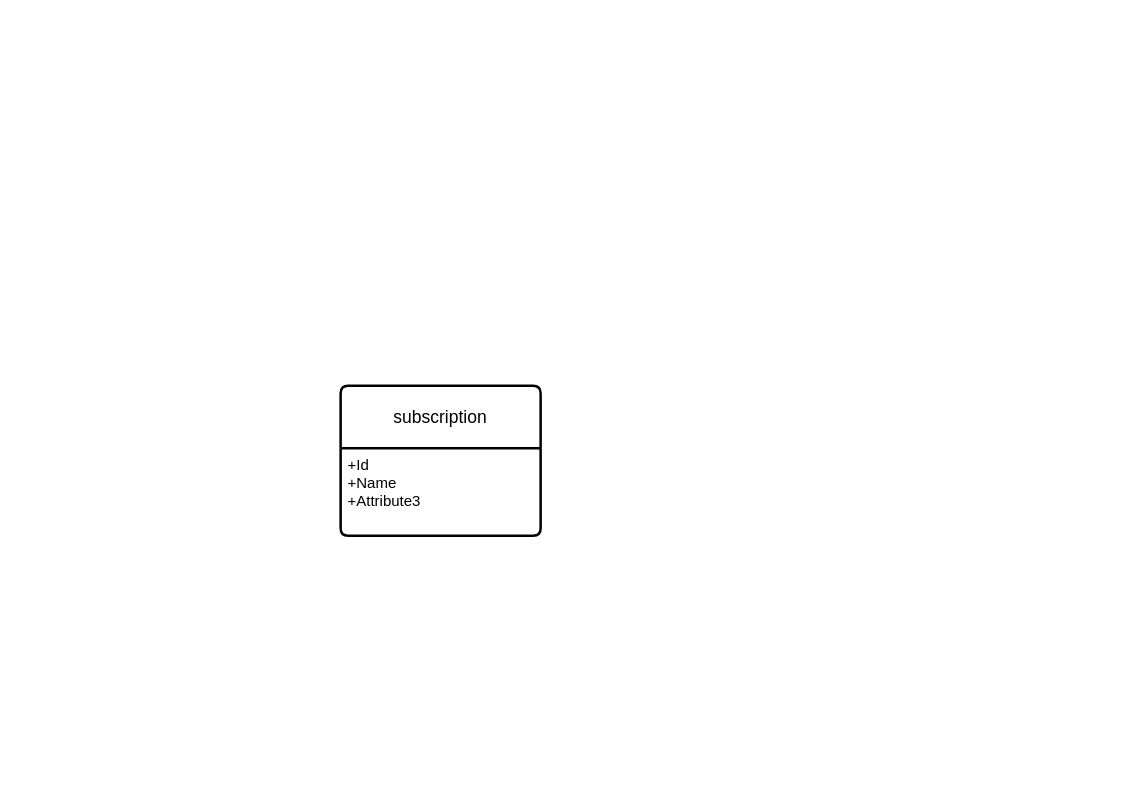
Above: O2NextGen.drawio in LiveDevTeam/O2NextGen (draw.io), before the change. Source tidied: cells renumbered, new cells numbered last; positions are measured from the earlier drawing's top-left corner, leaving out a move shared by most shapes. Both pictures are drawn from the tidied source at 125%, with x=0, y=0 at pixel (340, 385).
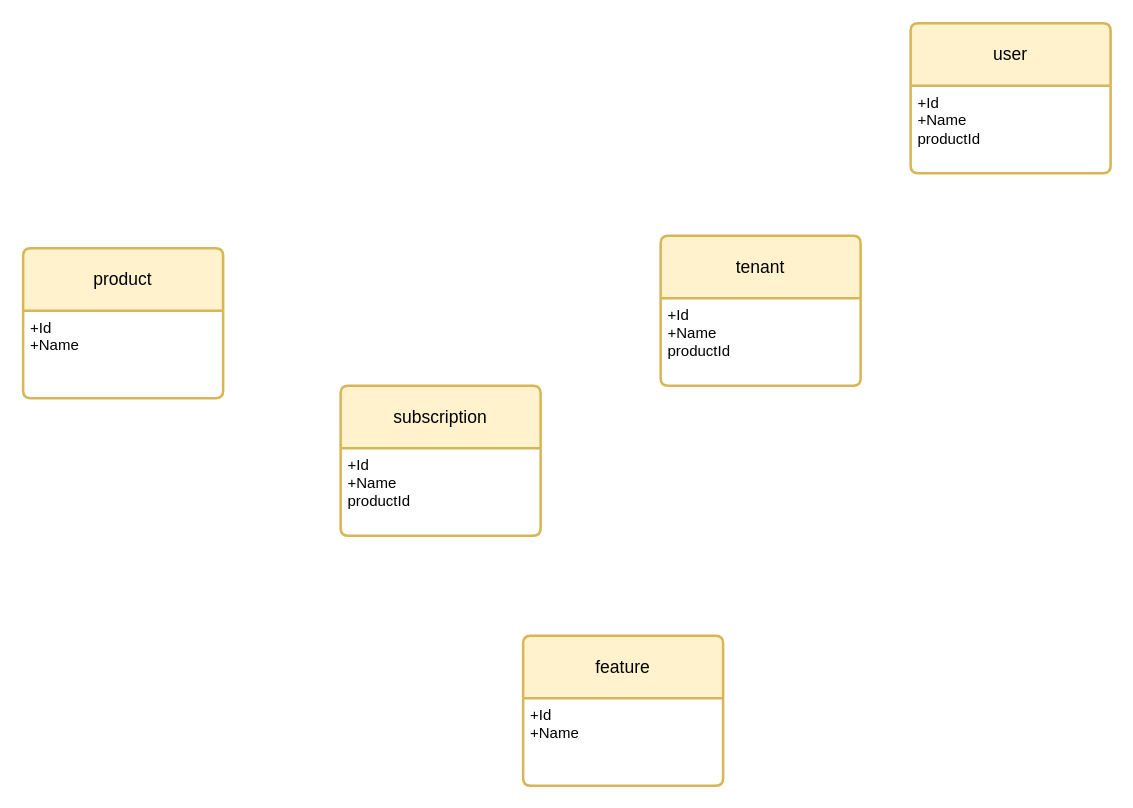
Above is the later version.

The edit, as a diff of the source:
```diff
@@
 <mxGraphModel>
   <root>
     <mxCell id="0" />
     <mxCell id="1" parent="0" />
-    <mxCell id="2" value="subscription" style="swimlane;horizontal=1;startSize=50;rounded=1;fontSize=14;fontStyle=0;strokeWidth=2;shadow=0;dashed=0;align=center;arcSize=4;whiteSpace=wrap;html=1;" parent="1" vertex="1">
+    <mxCell id="2" value="subscription" style="swimlane;horizontal=1;startSize=50;rounded=1;fontSize=14;fontStyle=0;strokeWidth=2;shadow=0;dashed=0;align=center;arcSize=4;whiteSpace=wrap;html=1;fillColor=#fff2cc;strokeColor=#d6b656;" parent="1" vertex="1">
       <mxGeometry width="160" height="120" as="geometry" />
     </mxCell>
-    <mxCell id="3" value="+Id&lt;br&gt;+Name&lt;br&gt;+Attribute3" style="align=left;strokeColor=none;fillColor=none;spacingLeft=4;fontSize=12;verticalAlign=top;html=1;" parent="2" vertex="1">
+    <mxCell id="3" value="+Id&lt;br&gt;+Name&lt;br&gt;productId&lt;br&gt;" style="align=left;strokeColor=none;fillColor=none;spacingLeft=4;fontSize=12;verticalAlign=top;html=1;" parent="2" vertex="1">
       <mxGeometry y="50" width="160" height="70" as="geometry" />
     </mxCell>
+    <mxCell id="4" value="feature" style="swimlane;horizontal=1;startSize=50;rounded=1;fontSize=14;fontStyle=0;strokeWidth=2;shadow=0;dashed=0;align=center;arcSize=4;whiteSpace=wrap;html=1;fillColor=#fff2cc;strokeColor=#d6b656;" parent="1" vertex="1">
+      <mxGeometry x="146" y="200" width="160" height="120" as="geometry" />
+    </mxCell>
+    <mxCell id="5" value="+Id&lt;br&gt;+Name&lt;br&gt;" style="align=left;strokeColor=none;fillColor=none;spacingLeft=4;fontSize=12;verticalAlign=top;html=1;" parent="4" vertex="1">
+      <mxGeometry y="50" width="160" height="70" as="geometry" />
+    </mxCell>
+    <mxCell id="6" value="product" style="swimlane;horizontal=1;startSize=50;rounded=1;fontSize=14;fontStyle=0;strokeWidth=2;shadow=0;dashed=0;align=center;arcSize=4;whiteSpace=wrap;html=1;fillColor=#fff2cc;strokeColor=#d6b656;" parent="1" vertex="1">
+      <mxGeometry x="-254" y="-110" width="160" height="120" as="geometry" />
+    </mxCell>
+    <mxCell id="7" value="+Id&lt;br&gt;+Name&lt;br&gt;" style="align=left;strokeColor=none;fillColor=none;spacingLeft=4;fontSize=12;verticalAlign=top;html=1;" parent="6" vertex="1">
+      <mxGeometry y="50" width="160" height="70" as="geometry" />
+    </mxCell>
+    <mxCell id="8" value="tenant" style="swimlane;horizontal=1;startSize=50;rounded=1;fontSize=14;fontStyle=0;strokeWidth=2;shadow=0;dashed=0;align=center;arcSize=4;whiteSpace=wrap;html=1;fillColor=#fff2cc;strokeColor=#d6b656;" parent="1" vertex="1">
+      <mxGeometry x="256" y="-120" width="160" height="120" as="geometry" />
+    </mxCell>
+    <mxCell id="9" value="+Id&lt;br&gt;+Name&lt;br&gt;productId&lt;br&gt;" style="align=left;strokeColor=none;fillColor=none;spacingLeft=4;fontSize=12;verticalAlign=top;html=1;" parent="8" vertex="1">
+      <mxGeometry y="50" width="160" height="70" as="geometry" />
+    </mxCell>
+    <mxCell id="10" value="user&lt;br&gt;" style="swimlane;horizontal=1;startSize=50;rounded=1;fontSize=14;fontStyle=0;strokeWidth=2;shadow=0;dashed=0;align=center;arcSize=4;whiteSpace=wrap;html=1;fillColor=#fff2cc;strokeColor=#d6b656;" parent="1" vertex="1">
+      <mxGeometry x="456" y="-290" width="160" height="120" as="geometry" />
+    </mxCell>
+    <mxCell id="11" value="+Id&lt;br&gt;+Name&lt;br&gt;productId&lt;br&gt;" style="align=left;strokeColor=none;fillColor=none;spacingLeft=4;fontSize=12;verticalAlign=top;html=1;" parent="10" vertex="1">
+      <mxGeometry y="50" width="160" height="70" as="geometry" />
+    </mxCell>
   </root>
 </mxGraphModel>
```
